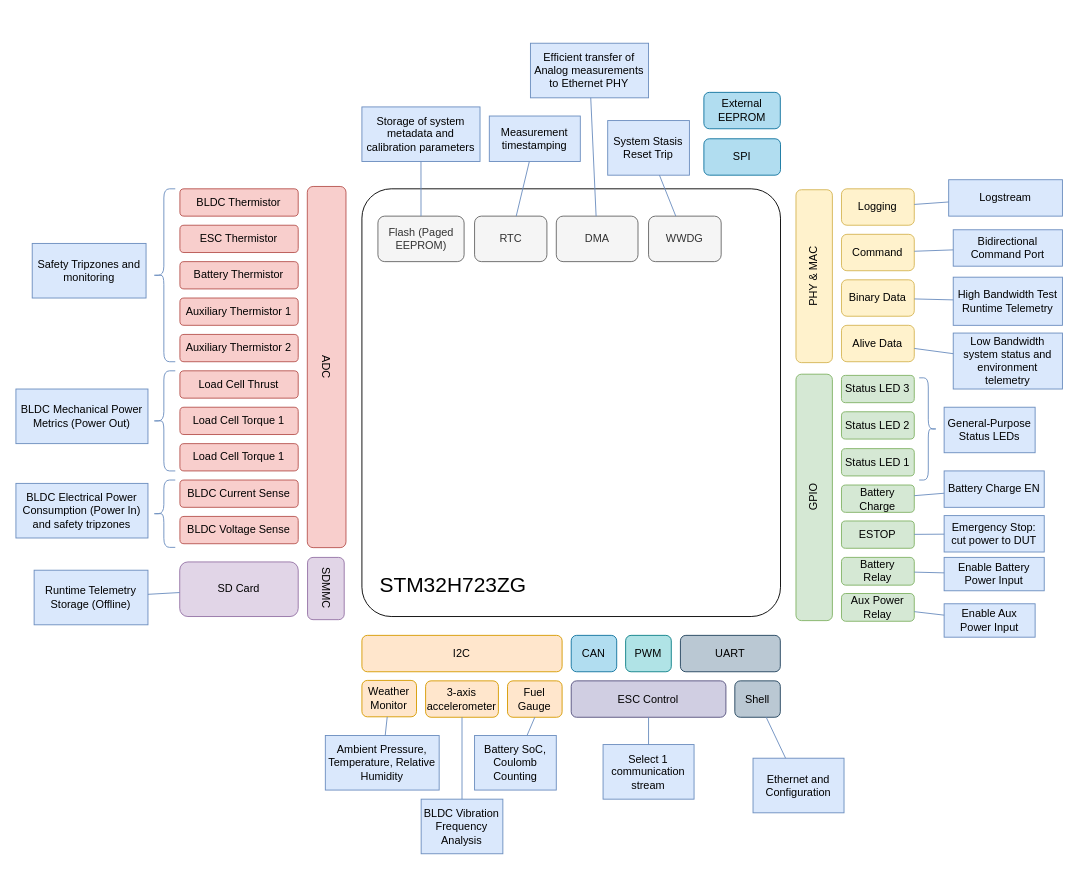
Above: raptor/v1/RaptorSystemDrawing.drawio in dronectl/ddd (draw.io), before the change. Source tidied: cells renumbered, new cells numbered last; positions are measured from the earlier drawing's top-left corner, leaving out a move shared by most shapes. Both pictures are drawn from the tidied source at 91%, with x=0, y=0 at pixel (15, 43).
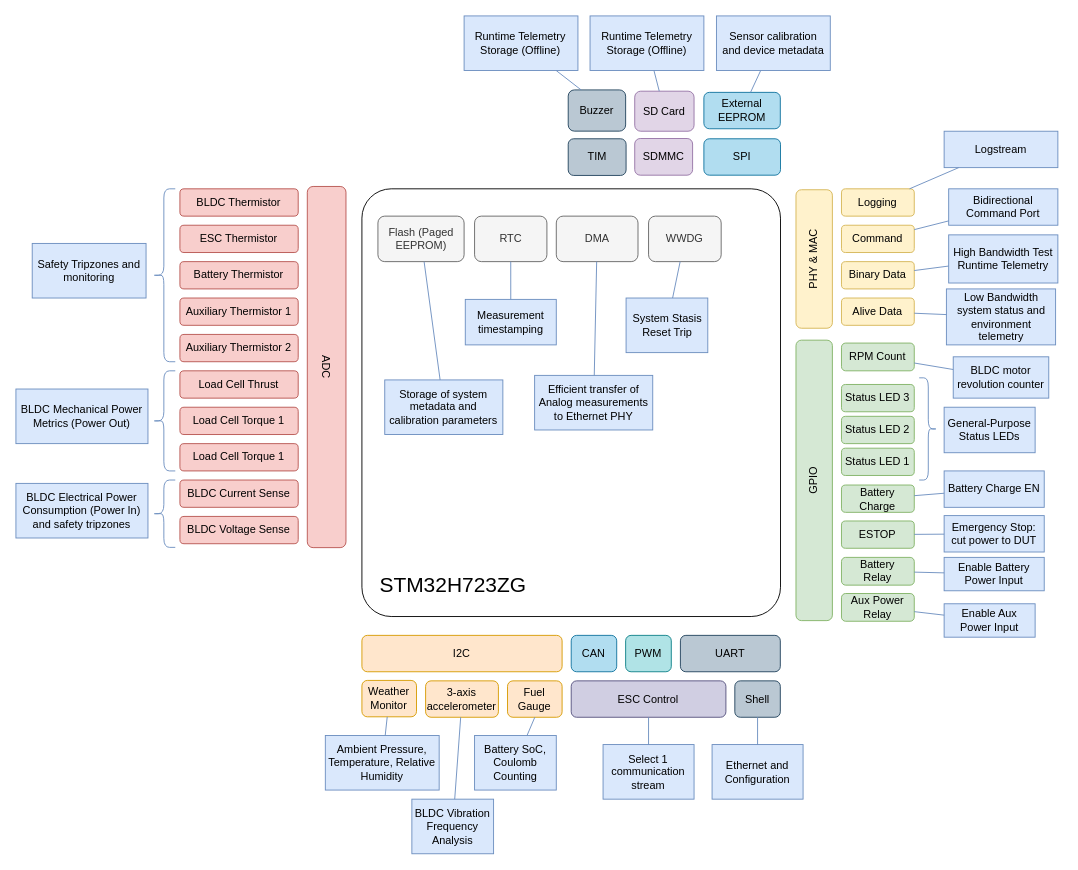
The same diagram, later.

Unchanged cells that the change refers to:
```xml
<mxCell id="88" value="External&lt;br&gt;EEPROM" style="rounded=1;whiteSpace=wrap;html=1;fillColor=#b1ddf0;strokeColor=#10739e;" parent="1" vertex="1">
  <mxGeometry x="756" y="54" width="84" height="40" as="geometry" />
</mxCell>
```

The edit, as a diff of the source:
```diff
@@
     <mxCell id="9" value="PHY &amp;amp; MAC" style="rounded=1;whiteSpace=wrap;html=1;rotation=-90;fillColor=#fff2cc;strokeColor=#d6b656;" parent="1" vertex="1">
-      <mxGeometry x="782.2" y="236" width="190" height="40" as="geometry" />
+      <mxGeometry x="801.1" y="217.1" width="152.2" height="40" as="geometry" />
     </mxCell>
@@
     <mxCell id="23" value="GPIO" style="rounded=1;whiteSpace=wrap;html=1;rotation=-90;fillColor=#d5e8d4;strokeColor=#82b366;" parent="1" vertex="1">
-      <mxGeometry x="741.8" y="479.1" width="270.8" height="40" as="geometry" />
+      <mxGeometry x="723.1" y="460.4" width="308.2" height="40" as="geometry" />
     </mxCell>
@@
     <mxCell id="25" value="Status LED 1" style="rounded=1;whiteSpace=wrap;html=1;fillColor=#d5e8d4;strokeColor=#82b366;" parent="1" vertex="1">
-      <mxGeometry x="907.2" y="445.5" width="80" height="30" as="geometry" />
+      <mxGeometry x="907.2" y="445" width="80" height="30" as="geometry" />
     </mxCell>
     <mxCell id="26" value="Status LED 2" style="rounded=1;whiteSpace=wrap;html=1;fillColor=#d5e8d4;strokeColor=#82b366;" parent="1" vertex="1">
-      <mxGeometry x="907.2" y="405" width="80" height="30" as="geometry" />
+      <mxGeometry x="907.2" y="410" width="80" height="30" as="geometry" />
     </mxCell>
     <mxCell id="27" value="Status LED 3" style="rounded=1;whiteSpace=wrap;html=1;fillColor=#d5e8d4;strokeColor=#82b366;" parent="1" vertex="1">
-      <mxGeometry x="907.2" y="365" width="80" height="30" as="geometry" />
+      <mxGeometry x="907.2" y="375" width="80" height="30" as="geometry" />
     </mxCell>
@@
     <mxCell id="31" value="Logging" style="rounded=1;whiteSpace=wrap;html=1;fillColor=#fff2cc;strokeColor=#d6b656;" parent="1" vertex="1">
-      <mxGeometry x="907.2" y="160" width="80" height="40" as="geometry" />
+      <mxGeometry x="907.2" y="160" width="80" height="30" as="geometry" />
     </mxCell>
     <mxCell id="32" value="Command" style="rounded=1;whiteSpace=wrap;html=1;fillColor=#fff2cc;strokeColor=#d6b656;" parent="1" vertex="1">
-      <mxGeometry x="907.2" y="210" width="80" height="40" as="geometry" />
+      <mxGeometry x="907.2" y="200" width="80" height="30" as="geometry" />
     </mxCell>
     <mxCell id="33" value="Binary Data" style="rounded=1;whiteSpace=wrap;html=1;fillColor=#fff2cc;strokeColor=#d6b656;" parent="1" vertex="1">
-      <mxGeometry x="907.2" y="260" width="80" height="40" as="geometry" />
+      <mxGeometry x="907.2" y="240" width="80" height="30" as="geometry" />
     </mxCell>
     <mxCell id="34" value="Alive Data" style="rounded=1;whiteSpace=wrap;html=1;fillColor=#fff2cc;strokeColor=#d6b656;" parent="1" vertex="1">
-      <mxGeometry x="907.2" y="310" width="80" height="40" as="geometry" />
+      <mxGeometry x="907.2" y="280" width="80" height="30" as="geometry" />
     </mxCell>
-    <mxCell id="35" value="SDMMC" style="rounded=1;whiteSpace=wrap;html=1;rotation=90;fillColor=#e1d5e7;strokeColor=#9673a6;" parent="1" vertex="1">
-      <mxGeometry x="306.4" y="579.1" width="68.4" height="40.3" as="geometry" />
+    <mxCell id="35" value="SDMMC" style="rounded=1;whiteSpace=wrap;html=1;rotation=0;fillColor=#e1d5e7;strokeColor=#9673a6;" parent="1" vertex="1">
+      <mxGeometry x="680" y="104.7" width="63.6" height="40.3" as="geometry" />
     </mxCell>
     <mxCell id="36" value="SD Card" style="rounded=1;whiteSpace=wrap;html=1;rotation=0;fillColor=#e1d5e7;strokeColor=#9673a6;" parent="1" vertex="1">
-      <mxGeometry x="180" y="570" width="130.2" height="60" as="geometry" />
+      <mxGeometry x="680" y="52.7" width="65.2" height="44" as="geometry" />
     </mxCell>
@@
     <mxCell id="40" value="Ethernet and Configuration" style="rounded=0;whiteSpace=wrap;html=1;fillColor=#dae8fc;strokeColor=#6c8ebf;" parent="1" vertex="1">
-      <mxGeometry x="810" y="785.7" width="100" height="60" as="geometry" />
+      <mxGeometry x="765" y="770.7" width="100" height="60" as="geometry" />
     </mxCell>
@@
     <mxCell id="44" value="BLDC Vibration Frequency Analysis" style="rounded=0;whiteSpace=wrap;html=1;fillColor=#dae8fc;strokeColor=#6c8ebf;" parent="1" vertex="1">
-      <mxGeometry x="445.3" y="830.7" width="89.8" height="60" as="geometry" />
+      <mxGeometry x="435.1" y="830.7" width="89.8" height="60" as="geometry" />
     </mxCell>
@@
     <mxCell id="48" value="Runtime Telemetry Storage (Offline)" style="rounded=0;whiteSpace=wrap;html=1;fillColor=#dae8fc;strokeColor=#6c8ebf;" parent="1" vertex="1">
-      <mxGeometry x="20" y="579.1" width="125.1" height="60" as="geometry" />
+      <mxGeometry x="630.9" y="-30" width="125.1" height="60" as="geometry" />
     </mxCell>
@@
     <mxCell id="56" value="Logstream" style="rounded=0;whiteSpace=wrap;html=1;fillColor=#dae8fc;strokeColor=#6c8ebf;" parent="1" vertex="1">
-      <mxGeometry x="1025" y="150" width="125" height="40" as="geometry" />
+      <mxGeometry x="1020" y="96.7" width="125" height="40" as="geometry" />
     </mxCell>
@@
     <mxCell id="58" value="Bidirectional Command Port" style="rounded=0;whiteSpace=wrap;html=1;fillColor=#dae8fc;strokeColor=#6c8ebf;" parent="1" vertex="1">
-      <mxGeometry x="1030" y="205" width="120" height="40" as="geometry" />
+      <mxGeometry x="1025" y="160" width="120" height="40" as="geometry" />
     </mxCell>
@@
     <mxCell id="60" value="High Bandwidth Test Runtime Telemetry" style="rounded=0;whiteSpace=wrap;html=1;fillColor=#dae8fc;strokeColor=#6c8ebf;" parent="1" vertex="1">
-      <mxGeometry x="1030" y="257.1" width="120" height="52.9" as="geometry" />
+      <mxGeometry x="1025" y="210.6" width="120" height="52.9" as="geometry" />
     </mxCell>
@@
     <mxCell id="62" value="Low Bandwidth system status and environment telemetry" style="rounded=0;whiteSpace=wrap;html=1;fillColor=#dae8fc;strokeColor=#6c8ebf;" parent="1" vertex="1">
-      <mxGeometry x="1030" y="318.5" width="120" height="61.5" as="geometry" />
+      <mxGeometry x="1022.5" y="270" width="120" height="61.5" as="geometry" />
     </mxCell>
@@
     <mxCell id="79" value="Storage of system metadata and calibration parameters" style="rounded=0;whiteSpace=wrap;html=1;fillColor=#dae8fc;strokeColor=#6c8ebf;" parent="1" vertex="1">
-      <mxGeometry x="380.2" y="70" width="129.8" height="60" as="geometry" />
+      <mxGeometry x="405.3" y="370" width="129.8" height="60" as="geometry" />
     </mxCell>
@@
     <mxCell id="81" value="Efficient transfer of Analog measurements to Ethernet PHY" style="rounded=0;whiteSpace=wrap;html=1;fillColor=#dae8fc;strokeColor=#6c8ebf;" parent="1" vertex="1">
-      <mxGeometry x="565.4" width="129.8" height="60" as="geometry" />
+      <mxGeometry x="570" y="365" width="129.8" height="60" as="geometry" />
     </mxCell>
@@
     <mxCell id="83" value="System Stasis Reset Trip" style="rounded=0;whiteSpace=wrap;html=1;fillColor=#dae8fc;strokeColor=#6c8ebf;" parent="1" vertex="1">
-      <mxGeometry x="650.3" y="85" width="89.8" height="60" as="geometry" />
+      <mxGeometry x="670.5" y="280" width="89.8" height="60" as="geometry" />
     </mxCell>
@@
     <mxCell id="86" value="Measurement timestamping" style="rounded=0;whiteSpace=wrap;html=1;fillColor=#dae8fc;strokeColor=#6c8ebf;" parent="1" vertex="1">
-      <mxGeometry x="520.2" y="80" width="100" height="50" as="geometry" />
+      <mxGeometry x="493.8" y="281.5" width="100" height="50" as="geometry" />
     </mxCell>
@@
+    <mxCell id="89" value="RPM Count" style="rounded=1;whiteSpace=wrap;html=1;fillColor=#d5e8d4;strokeColor=#82b366;" parent="1" vertex="1">
+      <mxGeometry x="907.2" y="329.5" width="80" height="30.5" as="geometry" />
+    </mxCell>
+    <mxCell id="90" value="TIM" style="rounded=1;whiteSpace=wrap;html=1;rotation=0;fillColor=#bac8d3;strokeColor=#23445d;" parent="1" vertex="1">
+      <mxGeometry x="606.9" y="105" width="63.6" height="40.3" as="geometry" />
+    </mxCell>
+    <mxCell id="91" value="Buzzer" style="rounded=1;whiteSpace=wrap;html=1;rotation=0;fillColor=#bac8d3;strokeColor=#23445d;" parent="1" vertex="1">
+      <mxGeometry x="606.9" y="51.3" width="63.1" height="45.3" as="geometry" />
+    </mxCell>
+    <mxCell id="92" value="Sensor calibration&lt;br&gt;and device metadata" style="rounded=0;whiteSpace=wrap;html=1;fillColor=#dae8fc;strokeColor=#6c8ebf;" parent="1" vertex="1">
+      <mxGeometry x="769.8" y="-30" width="125.1" height="60" as="geometry" />
+    </mxCell>
+    <mxCell id="93" style="endArrow=none;html=1;rounded=0;fillColor=#dae8fc;strokeColor=#6c8ebf;" parent="1" edge="1" source="88" target="92">
+      <mxGeometry relative="1" as="geometry" />
+    </mxCell>
+    <mxCell id="94" value="Runtime Telemetry Storage (Offline)" style="rounded=0;whiteSpace=wrap;html=1;fillColor=#dae8fc;strokeColor=#6c8ebf;" parent="1" vertex="1">
+      <mxGeometry x="492.5" y="-30" width="125.1" height="60" as="geometry" />
+    </mxCell>
+    <mxCell id="95" style="endArrow=none;html=1;rounded=0;fillColor=#dae8fc;strokeColor=#6c8ebf;" parent="1" edge="1" target="94">
+      <mxGeometry relative="1" as="geometry">
+        <mxPoint x="621.1" y="51.3" as="sourcePoint" />
+      </mxGeometry>
+    </mxCell>
+    <mxCell id="96" value="BLDC motor revolution counter" style="rounded=0;whiteSpace=wrap;html=1;fillColor=#dae8fc;strokeColor=#6c8ebf;" parent="1" vertex="1">
+      <mxGeometry x="1030" y="344.6" width="105" height="45.4" as="geometry" />
+    </mxCell>
+    <mxCell id="97" style="endArrow=none;html=1;rounded=0;fillColor=#dae8fc;strokeColor=#6c8ebf;" parent="1" edge="1" source="89" target="96">
+      <mxGeometry relative="1" as="geometry" />
+    </mxCell>
```
